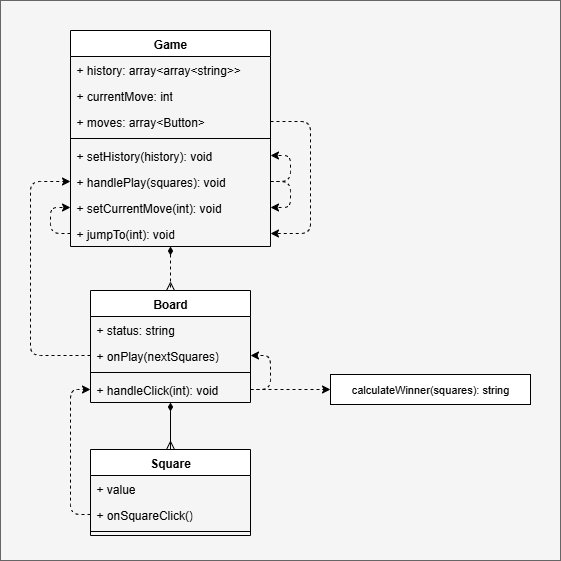
Above: react-tictactoe.drawio.png in yozi66/react-tictactoe (draw.io), before the change. Source tidied: cells renumbered, new cells last; positions are measured from the earlier drawing's top-left corner, leaving out a move shared by most shapes. The source it was exported from:
```xml
<mxGraphModel>
  <root>
    <mxCell id="0" />
    <mxCell id="1" parent="0" />
    <mxCell id="2" style="rounded=0;whiteSpace=wrap;html=1;fillColor=#f5f5f5;fontColor=#333333;strokeColor=#666666;" parent="1" vertex="1">
      <mxGeometry width="560" height="560" as="geometry" />
    </mxCell>
    <mxCell id="3" value="Square" style="swimlane;fontStyle=1;align=center;verticalAlign=top;horizontal=1;startSize=26;whiteSpace=wrap;html=1;" parent="1" vertex="1">
      <mxGeometry x="90" y="449" width="160" height="86" as="geometry" />
    </mxCell>
    <mxCell id="4" value="+ value" style="text;strokeColor=none;fillColor=none;align=left;verticalAlign=top;spacingLeft=4;spacingRight=4;overflow=hidden;whiteSpace=wrap;html=1;" parent="3" vertex="1">
      <mxGeometry y="26" width="160" height="26" as="geometry" />
    </mxCell>
    <mxCell id="5" value="+ onSquareClick()" style="text;strokeColor=none;fillColor=none;align=left;verticalAlign=top;spacingLeft=4;spacingRight=4;overflow=hidden;points=[[0,0.5],[1,0.5]];portConstraint=eastwest;whiteSpace=wrap;html=1;" parent="3" vertex="1">
      <mxGeometry y="52" width="160" height="26" as="geometry" />
    </mxCell>
    <mxCell id="6" style="line;strokeWidth=1;fillColor=none;align=left;verticalAlign=middle;spacingTop=-1;spacingLeft=3;spacingRight=3;labelPosition=right;strokeColor=inherit;" parent="3" vertex="1">
      <mxGeometry y="78" width="160" height="8" as="geometry" />
    </mxCell>
    <mxCell id="7" style="edgeStyle=orthogonalEdgeStyle;rounded=0;jettySize=auto;html=1;exitX=0.5;exitY=1;exitDx=0;exitDy=0;startArrow=diamondThin;startFill=1;endArrow=ERmany;endFill=0;" parent="1" edge="1" source="8" target="3">
      <mxGeometry relative="1" as="geometry" />
    </mxCell>
    <mxCell id="8" value="Board" style="swimlane;fontStyle=1;align=center;verticalAlign=top;horizontal=1;startSize=26;whiteSpace=wrap;html=1;" parent="1" vertex="1">
      <mxGeometry x="90" y="290" width="160" height="112" as="geometry" />
    </mxCell>
    <mxCell id="9" value="+ status: string" style="text;strokeColor=none;fillColor=none;align=left;verticalAlign=top;spacingLeft=4;spacingRight=4;overflow=hidden;whiteSpace=wrap;html=1;" parent="8" vertex="1">
      <mxGeometry y="26" width="160" height="26" as="geometry" />
    </mxCell>
    <mxCell id="10" value="+ onPlay(nextSquares)" style="text;strokeColor=none;fillColor=none;align=left;verticalAlign=top;spacingLeft=4;spacingRight=4;overflow=hidden;points=[[0,0.5],[1,0.5]];portConstraint=eastwest;whiteSpace=wrap;html=1;" parent="8" vertex="1">
      <mxGeometry y="52" width="160" height="26" as="geometry" />
    </mxCell>
    <mxCell id="11" style="line;strokeWidth=1;fillColor=none;align=left;verticalAlign=middle;spacingTop=-1;spacingLeft=3;spacingRight=3;labelPosition=right;strokeColor=inherit;" parent="8" vertex="1">
      <mxGeometry y="78" width="160" height="8" as="geometry" />
    </mxCell>
    <mxCell id="12" style="edgeStyle=orthogonalEdgeStyle;shape=connector;curved=0;rounded=1;jettySize=auto;html=1;exitX=1;exitY=0.5;exitDx=0;exitDy=0;entryX=1;entryY=0.5;entryDx=0;entryDy=0;dashed=1;strokeColor=default;align=center;verticalAlign=middle;fontFamily=Helvetica;fontSize=11;fontColor=default;labelBackgroundColor=default;endArrow=classic;" parent="8" edge="1" source="13" target="10">
      <mxGeometry relative="1" as="geometry">
        <Array as="points">
          <mxPoint x="180" y="99" />
          <mxPoint x="180" y="65" />
        </Array>
      </mxGeometry>
    </mxCell>
    <mxCell id="13" value="+ handleClick(int): void" style="text;strokeColor=none;fillColor=none;align=left;verticalAlign=top;spacingLeft=4;spacingRight=4;overflow=hidden;points=[[0,0.5],[1,0.5]];portConstraint=eastwest;whiteSpace=wrap;html=1;" parent="8" vertex="1">
      <mxGeometry y="86" width="160" height="26" as="geometry" />
    </mxCell>
    <mxCell id="14" style="edgeStyle=orthogonalEdgeStyle;shape=connector;curved=0;rounded=0;jettySize=auto;html=1;exitX=0.5;exitY=1;exitDx=0;exitDy=0;dashed=1;strokeColor=default;align=center;verticalAlign=middle;fontFamily=Helvetica;fontSize=11;fontColor=default;labelBackgroundColor=default;endArrow=ERmany;startArrow=diamondThin;startFill=1;endFill=0;" parent="1" edge="1" source="15" target="8">
      <mxGeometry relative="1" as="geometry" />
    </mxCell>
    <mxCell id="15" value="Game" style="swimlane;fontStyle=1;align=center;verticalAlign=top;horizontal=1;startSize=26;whiteSpace=wrap;html=1;" parent="1" vertex="1">
      <mxGeometry x="70" y="30" width="200" height="216" as="geometry" />
    </mxCell>
    <mxCell id="16" value="+ history: array&amp;lt;array&amp;lt;string&amp;gt;&amp;gt;" style="text;strokeColor=none;fillColor=none;align=left;verticalAlign=top;spacingLeft=4;spacingRight=4;overflow=hidden;whiteSpace=wrap;html=1;" parent="15" vertex="1">
      <mxGeometry y="26" width="200" height="26" as="geometry" />
    </mxCell>
    <mxCell id="17" value="+ currentMove: int" style="text;strokeColor=none;fillColor=none;align=left;verticalAlign=top;spacingLeft=4;spacingRight=4;overflow=hidden;whiteSpace=wrap;html=1;" parent="15" vertex="1">
      <mxGeometry y="52" width="200" height="26" as="geometry" />
    </mxCell>
    <mxCell id="18" style="edgeStyle=orthogonalEdgeStyle;rounded=1;jettySize=auto;html=1;exitX=1;exitY=0.5;exitDx=0;exitDy=0;entryX=1;entryY=0.5;entryDx=0;entryDy=0;curved=0;dashed=1;" parent="15" edge="1" source="19" target="27">
      <mxGeometry relative="1" as="geometry">
        <Array as="points">
          <mxPoint x="240" y="91" />
          <mxPoint x="240" y="203" />
        </Array>
      </mxGeometry>
    </mxCell>
    <mxCell id="19" value="+ moves: array&amp;lt;Button&amp;gt;" style="text;strokeColor=none;fillColor=none;align=left;verticalAlign=top;spacingLeft=4;spacingRight=4;overflow=hidden;points=[[0,0.5],[1,0.5]];portConstraint=eastwest;whiteSpace=wrap;html=1;" parent="15" vertex="1">
      <mxGeometry y="78" width="200" height="26" as="geometry" />
    </mxCell>
    <mxCell id="20" style="line;strokeWidth=1;fillColor=none;align=left;verticalAlign=middle;spacingTop=-1;spacingLeft=3;spacingRight=3;labelPosition=right;strokeColor=inherit;" parent="15" vertex="1">
      <mxGeometry y="104" width="200" height="8" as="geometry" />
    </mxCell>
    <mxCell id="21" value="+ setHistory(history): void" style="text;strokeColor=none;fillColor=none;align=left;verticalAlign=top;spacingLeft=4;spacingRight=4;overflow=hidden;points=[[0,0.5],[1,0.5]];portConstraint=eastwest;whiteSpace=wrap;html=1;" parent="15" vertex="1">
      <mxGeometry y="112" width="200" height="26" as="geometry" />
    </mxCell>
    <mxCell id="22" style="edgeStyle=orthogonalEdgeStyle;shape=connector;curved=0;rounded=1;jettySize=auto;html=1;exitX=1;exitY=0.5;exitDx=0;exitDy=0;entryX=1;entryY=0.5;entryDx=0;entryDy=0;dashed=1;strokeColor=default;align=center;verticalAlign=middle;fontFamily=Helvetica;fontSize=11;fontColor=default;labelBackgroundColor=default;endArrow=classic;" parent="15" edge="1" source="24" target="25">
      <mxGeometry relative="1" as="geometry">
        <Array as="points">
          <mxPoint x="220" y="151" />
          <mxPoint x="220" y="177" />
        </Array>
      </mxGeometry>
    </mxCell>
    <mxCell id="23" style="edgeStyle=orthogonalEdgeStyle;shape=connector;curved=0;rounded=1;jettySize=auto;html=1;exitX=1;exitY=0.5;exitDx=0;exitDy=0;entryX=1;entryY=0.5;entryDx=0;entryDy=0;dashed=1;strokeColor=default;align=center;verticalAlign=middle;fontFamily=Helvetica;fontSize=11;fontColor=default;labelBackgroundColor=default;endArrow=classic;" parent="15" edge="1" source="24" target="21">
      <mxGeometry relative="1" as="geometry">
        <Array as="points">
          <mxPoint x="220" y="151" />
          <mxPoint x="220" y="125" />
        </Array>
      </mxGeometry>
    </mxCell>
    <mxCell id="24" value="+ handlePlay(squares): void" style="text;strokeColor=none;fillColor=none;align=left;verticalAlign=top;spacingLeft=4;spacingRight=4;overflow=hidden;points=[[0,0.5],[1,0.5]];portConstraint=eastwest;whiteSpace=wrap;html=1;" parent="15" vertex="1">
      <mxGeometry y="138" width="200" height="26" as="geometry" />
    </mxCell>
    <mxCell id="25" value="+ setCurrentMove(int): void" style="text;strokeColor=none;fillColor=none;align=left;verticalAlign=top;spacingLeft=4;spacingRight=4;overflow=hidden;points=[[0,0.5],[1,0.5]];portConstraint=eastwest;whiteSpace=wrap;html=1;" parent="15" vertex="1">
      <mxGeometry y="164" width="200" height="26" as="geometry" />
    </mxCell>
    <mxCell id="26" style="edgeStyle=orthogonalEdgeStyle;shape=connector;curved=0;rounded=1;jettySize=auto;html=1;exitX=0;exitY=0.5;exitDx=0;exitDy=0;entryX=0;entryY=0.5;entryDx=0;entryDy=0;dashed=1;strokeColor=default;align=center;verticalAlign=middle;fontFamily=Helvetica;fontSize=11;fontColor=default;labelBackgroundColor=default;endArrow=classic;" parent="15" edge="1" source="27" target="25">
      <mxGeometry relative="1" as="geometry">
        <Array as="points">
          <mxPoint x="-20" y="203" />
          <mxPoint x="-20" y="177" />
        </Array>
      </mxGeometry>
    </mxCell>
    <mxCell id="27" value="+ jumpTo(int): void" style="text;strokeColor=none;fillColor=none;align=left;verticalAlign=top;spacingLeft=4;spacingRight=4;overflow=hidden;points=[[0,0.5],[1,0.5]];portConstraint=eastwest;whiteSpace=wrap;html=1;" parent="15" vertex="1">
      <mxGeometry y="190" width="200" height="26" as="geometry" />
    </mxCell>
    <mxCell id="28" style="edgeStyle=orthogonalEdgeStyle;shape=connector;curved=0;rounded=1;jettySize=auto;html=1;exitX=0;exitY=0.5;exitDx=0;exitDy=0;entryX=0;entryY=0.5;entryDx=0;entryDy=0;dashed=1;strokeColor=default;align=center;verticalAlign=middle;fontFamily=Helvetica;fontSize=11;fontColor=default;labelBackgroundColor=default;endArrow=classic;" parent="1" edge="1" source="10" target="24">
      <mxGeometry relative="1" as="geometry">
        <Array as="points">
          <mxPoint x="30" y="355" />
          <mxPoint x="30" y="181" />
        </Array>
      </mxGeometry>
    </mxCell>
    <mxCell id="29" value="calculateWinner(squares): string" style="html=1;whiteSpace=wrap;fontFamily=Helvetica;fontSize=11;fontColor=default;labelBackgroundColor=default;" parent="1" vertex="1">
      <mxGeometry x="330" y="374" width="200" height="30" as="geometry" />
    </mxCell>
    <mxCell id="30" style="edgeStyle=orthogonalEdgeStyle;shape=connector;curved=0;rounded=1;jettySize=auto;html=1;exitX=0;exitY=0.5;exitDx=0;exitDy=0;entryX=0;entryY=0.5;entryDx=0;entryDy=0;dashed=1;strokeColor=default;align=center;verticalAlign=middle;fontFamily=Helvetica;fontSize=11;fontColor=default;labelBackgroundColor=default;endArrow=classic;" parent="1" edge="1" source="5" target="13">
      <mxGeometry relative="1" as="geometry">
        <Array as="points">
          <mxPoint x="70" y="514" />
          <mxPoint x="70" y="389" />
        </Array>
      </mxGeometry>
    </mxCell>
    <mxCell id="31" style="edgeStyle=orthogonalEdgeStyle;shape=connector;curved=0;rounded=1;jettySize=auto;html=1;exitX=1;exitY=0.5;exitDx=0;exitDy=0;dashed=1;strokeColor=default;align=center;verticalAlign=middle;fontFamily=Helvetica;fontSize=11;fontColor=default;labelBackgroundColor=default;endArrow=classic;" parent="1" edge="1" source="13" target="29">
      <mxGeometry relative="1" as="geometry" />
    </mxCell>
  </root>
</mxGraphModel>
```
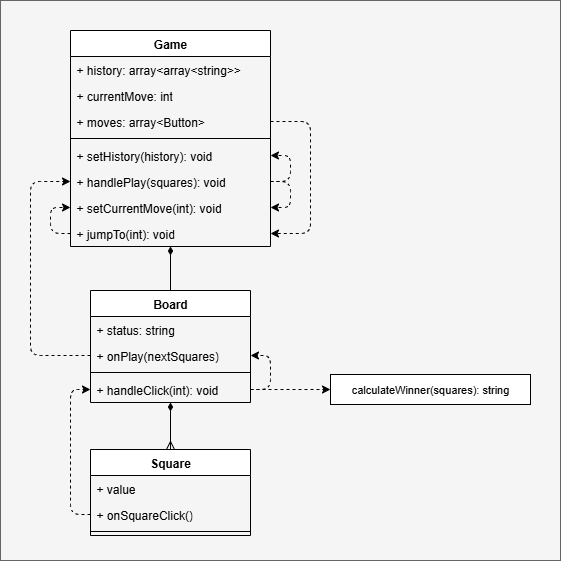
After the change.

The edit, as a diff of the source:
```diff
@@ -43,7 +43,7 @@
     <mxCell id="13" value="+ handleClick(int): void" style="text;strokeColor=none;fillColor=none;align=left;verticalAlign=top;spacingLeft=4;spacingRight=4;overflow=hidden;points=[[0,0.5],[1,0.5]];portConstraint=eastwest;whiteSpace=wrap;html=1;" parent="8" vertex="1">
       <mxGeometry y="86" width="160" height="26" as="geometry" />
     </mxCell>
-    <mxCell id="14" style="edgeStyle=orthogonalEdgeStyle;shape=connector;curved=0;rounded=0;jettySize=auto;html=1;exitX=0.5;exitY=1;exitDx=0;exitDy=0;dashed=1;strokeColor=default;align=center;verticalAlign=middle;fontFamily=Helvetica;fontSize=11;fontColor=default;labelBackgroundColor=default;endArrow=ERmany;startArrow=diamondThin;startFill=1;endFill=0;" parent="1" edge="1" source="15" target="8">
+    <mxCell id="14" style="edgeStyle=orthogonalEdgeStyle;shape=connector;curved=0;rounded=0;jettySize=auto;html=1;exitX=0.5;exitY=1;exitDx=0;exitDy=0;strokeColor=default;align=center;verticalAlign=middle;fontFamily=Helvetica;fontSize=11;fontColor=default;labelBackgroundColor=default;endArrow=none;startArrow=diamondThin;startFill=1;endFill=0;" parent="1" edge="1" source="15" target="8">
       <mxGeometry relative="1" as="geometry" />
     </mxCell>
     <mxCell id="15" value="Game" style="swimlane;fontStyle=1;align=center;verticalAlign=top;horizontal=1;startSize=26;whiteSpace=wrap;html=1;" parent="1" vertex="1">
```
